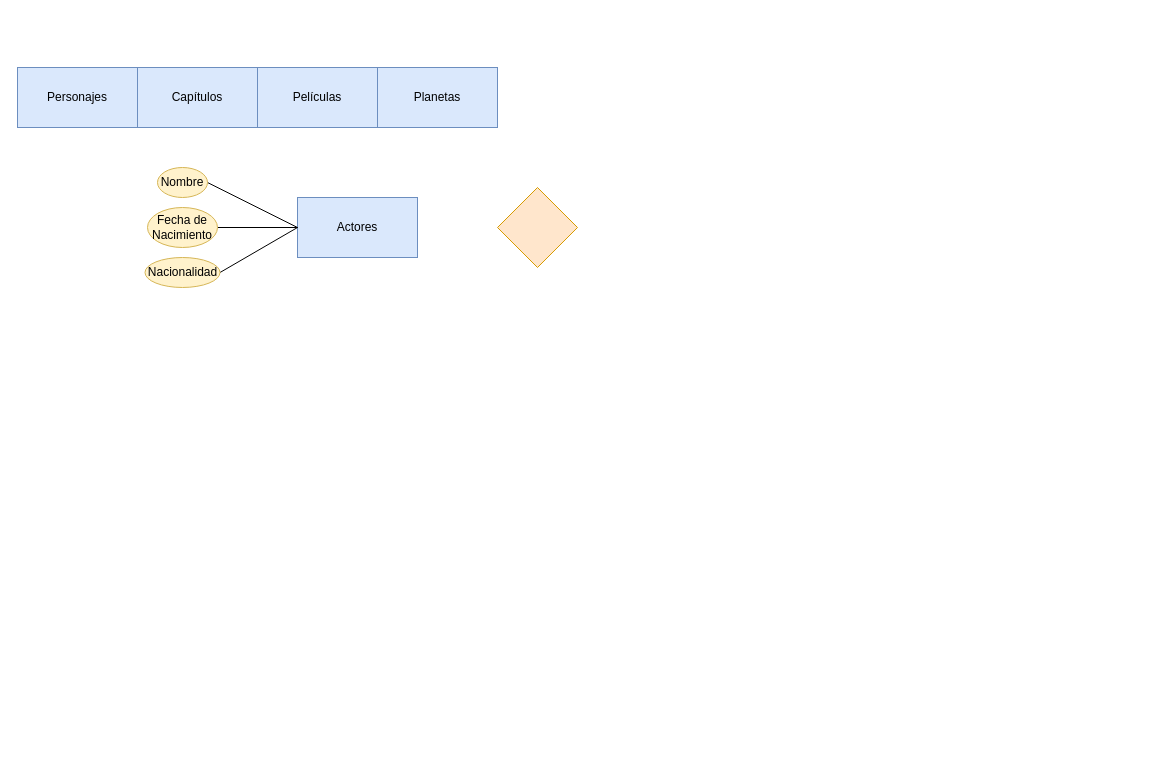
Above: tareas 1/star trek tarea Ud2 Entregalbe 3.drawio in GermanOjeda/base-datos (draw.io), before the change. Source tidied: cells renumbered, new cells numbered last; positions are measured from the earlier drawing's top-left corner, leaving out a move shared by most shapes. Both pictures are drawn from the tidied source at 100%, with x=0, y=0 at pixel (17, 67).
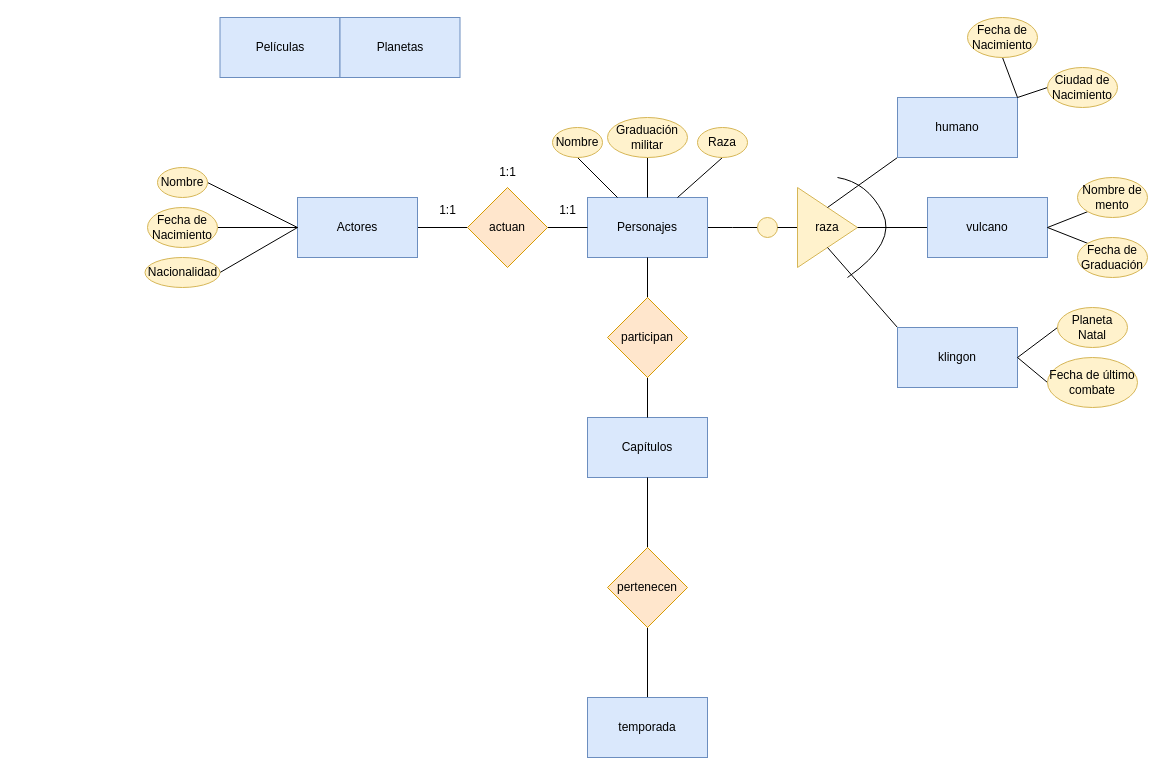
The same diagram, later.

Unchanged cells that the change refers to:
```xml
<mxCell id="2" value="Actores" style="rounded=0;whiteSpace=wrap;html=1;fillColor=#dae8fc;strokeColor=#6c8ebf;" parent="1" vertex="1">
  <mxGeometry x="280" y="130" width="120" height="60" as="geometry" />
</mxCell>
```

What changed in the source:
```diff
@@
+    <mxCell id="14" style="rounded=0;jettySize=auto;html=1;exitX=1;exitY=0.5;exitDx=0;exitDy=0;entryX=0;entryY=0.5;entryDx=0;entryDy=0;endArrow=none;endFill=0;" parent="1" edge="1" source="2" target="13">
+      <mxGeometry relative="1" as="geometry" />
+    </mxCell>
@@
+    <mxCell id="15" style="edgeStyle=orthogonalEdgeStyle;rounded=0;jettySize=auto;html=1;exitX=1;exitY=0.5;exitDx=0;exitDy=0;endArrow=none;endFill=0;" parent="1" edge="1" source="3">
+      <mxGeometry relative="1" as="geometry">
+        <mxPoint x="740" y="160" as="targetPoint" />
+      </mxGeometry>
+    </mxCell>
     <mxCell id="3" value="Personajes" style="rounded=0;whiteSpace=wrap;html=1;fillColor=#dae8fc;strokeColor=#6c8ebf;" parent="1" vertex="1">
-      <mxGeometry width="120" height="60" as="geometry" />
+      <mxGeometry x="570" y="130" width="120" height="60" as="geometry" />
     </mxCell>
     <mxCell id="4" value="Capítulos" style="rounded=0;whiteSpace=wrap;html=1;fillColor=#dae8fc;strokeColor=#6c8ebf;" parent="1" vertex="1">
-      <mxGeometry x="120" width="120" height="60" as="geometry" />
+      <mxGeometry x="570" y="350" width="120" height="60" as="geometry" />
     </mxCell>
     <mxCell id="5" value="Películas" style="rounded=0;whiteSpace=wrap;html=1;fillColor=#dae8fc;strokeColor=#6c8ebf;" parent="1" vertex="1">
-      <mxGeometry x="240" width="120" height="60" as="geometry" />
+      <mxGeometry x="202.5" y="-50" width="120" height="60" as="geometry" />
     </mxCell>
     <mxCell id="6" value="Planetas" style="rounded=0;whiteSpace=wrap;html=1;fillColor=#dae8fc;strokeColor=#6c8ebf;" parent="1" vertex="1">
-      <mxGeometry x="360" width="120" height="60" as="geometry" />
+      <mxGeometry x="322.5" y="-50" width="120" height="60" as="geometry" />
     </mxCell>
@@
+    <mxCell id="16" style="edgeStyle=orthogonalEdgeStyle;rounded=0;jettySize=auto;html=1;entryX=0;entryY=0.5;entryDx=0;entryDy=0;endArrow=none;endFill=0;" parent="1" edge="1" source="13" target="3">
+      <mxGeometry relative="1" as="geometry" />
+    </mxCell>
-    <mxCell id="13" style="rhombus;whiteSpace=wrap;html=1;fillColor=#ffe6cc;strokeColor=#d79b00;" parent="1" vertex="1">
-      <mxGeometry x="480" y="120" width="80" height="80" as="geometry" />
+    <mxCell id="13" value="actuan" style="rhombus;whiteSpace=wrap;html=1;fillColor=#ffe6cc;strokeColor=#d79b00;" parent="1" vertex="1">
+      <mxGeometry x="450" y="120" width="80" height="80" as="geometry" />
     </mxCell>
+    <mxCell id="17" value="1:1" style="text;html=1;align=center;verticalAlign=middle;strokeColor=none;fillColor=none;" parent="1" vertex="1">
+      <mxGeometry x="410" y="128" width="40" height="30" as="geometry" />
+    </mxCell>
+    <mxCell id="18" value="1:1" style="text;html=1;align=center;verticalAlign=middle;strokeColor=none;fillColor=none;" parent="1" vertex="1">
+      <mxGeometry x="530" y="128" width="40" height="30" as="geometry" />
+    </mxCell>
+    <mxCell id="19" value="1:1" style="text;html=1;align=center;verticalAlign=middle;strokeColor=none;fillColor=none;" parent="1" vertex="1">
+      <mxGeometry x="470" y="90" width="40" height="30" as="geometry" />
+    </mxCell>
+    <mxCell id="20" style="rounded=0;jettySize=auto;html=1;exitX=0.5;exitY=1;exitDx=0;exitDy=0;endArrow=none;endFill=0;" parent="1" edge="1" source="21" target="3">
+      <mxGeometry relative="1" as="geometry" />
+    </mxCell>
+    <mxCell id="21" value="Nombre" style="ellipse;whiteSpace=wrap;html=1;fillColor=#fff2cc;strokeColor=#d6b656;" parent="1" vertex="1">
+      <mxGeometry x="535" y="60" width="50" height="30" as="geometry" />
+    </mxCell>
+    <mxCell id="22" style="rounded=0;jettySize=auto;html=1;exitX=0.5;exitY=1;exitDx=0;exitDy=0;entryX=0.5;entryY=0;entryDx=0;entryDy=0;endArrow=none;endFill=0;" parent="1" edge="1" source="23" target="3">
+      <mxGeometry relative="1" as="geometry" />
+    </mxCell>
+    <mxCell id="23" value="Graduación militar" style="ellipse;whiteSpace=wrap;html=1;fillColor=#fff2cc;strokeColor=#d6b656;" parent="1" vertex="1">
+      <mxGeometry x="590" y="50" width="80" height="40" as="geometry" />
+    </mxCell>
+    <mxCell id="24" style="rounded=0;jettySize=auto;html=1;exitX=0.5;exitY=1;exitDx=0;exitDy=0;entryX=0.75;entryY=0;entryDx=0;entryDy=0;endArrow=none;endFill=0;" parent="1" edge="1" source="25" target="3">
+      <mxGeometry relative="1" as="geometry" />
+    </mxCell>
+    <mxCell id="25" value="Raza" style="ellipse;whiteSpace=wrap;html=1;fillColor=#fff2cc;strokeColor=#d6b656;" parent="1" vertex="1">
+      <mxGeometry x="680" y="60" width="50" height="30" as="geometry" />
+    </mxCell>
+    <mxCell id="26" style="ellipse;whiteSpace=wrap;html=1;fillColor=#fff2cc;strokeColor=#d6b656;" parent="1" vertex="1">
+      <mxGeometry x="740" y="150" width="20" height="20" as="geometry" />
+    </mxCell>
+    <mxCell id="27" style="edgeStyle=orthogonalEdgeStyle;rounded=0;jettySize=auto;html=1;exitX=0;exitY=0.5;exitDx=0;exitDy=0;entryX=1;entryY=0.5;entryDx=0;entryDy=0;endArrow=none;endFill=0;" parent="1" edge="1" source="28" target="26">
+      <mxGeometry relative="1" as="geometry" />
+    </mxCell>
+    <mxCell id="28" value="raza" style="triangle;whiteSpace=wrap;html=1;fillColor=#fff2cc;strokeColor=#d6b656;" parent="1" vertex="1">
+      <mxGeometry x="780" y="120" width="60" height="80" as="geometry" />
+    </mxCell>
+    <mxCell id="29" style="curved=1;endArrow=none;html=1;rounded=0;endFill=0;" parent="1" edge="1">
+      <mxGeometry relative="1" as="geometry">
+        <mxPoint x="830" y="210" as="sourcePoint" />
+        <mxPoint x="820" y="110" as="targetPoint" />
+        <Array as="points">
+          <mxPoint x="880" y="175" />
+          <mxPoint x="850" y="115" />
+        </Array>
+      </mxGeometry>
+    </mxCell>
+    <mxCell id="30" style="rounded=0;jettySize=auto;html=1;exitX=0;exitY=1;exitDx=0;exitDy=0;entryX=0.5;entryY=0;entryDx=0;entryDy=0;endArrow=none;endFill=0;" parent="1" edge="1" source="31" target="28">
+      <mxGeometry relative="1" as="geometry" />
+    </mxCell>
+    <mxCell id="31" value="humano" style="rounded=0;whiteSpace=wrap;html=1;fillColor=#dae8fc;strokeColor=#6c8ebf;" parent="1" vertex="1">
+      <mxGeometry x="880" y="30" width="120" height="60" as="geometry" />
+    </mxCell>
+    <mxCell id="32" style="rounded=0;jettySize=auto;html=1;exitX=0;exitY=0.5;exitDx=0;exitDy=0;entryX=1;entryY=0.5;entryDx=0;entryDy=0;endArrow=none;endFill=0;" parent="1" edge="1" source="33" target="28">
+      <mxGeometry relative="1" as="geometry" />
+    </mxCell>
+    <mxCell id="33" value="vulcano" style="rounded=0;whiteSpace=wrap;html=1;fillColor=#dae8fc;strokeColor=#6c8ebf;" parent="1" vertex="1">
+      <mxGeometry x="910" y="130" width="120" height="60" as="geometry" />
+    </mxCell>
+    <mxCell id="34" style="rounded=0;jettySize=auto;html=1;exitX=0;exitY=0;exitDx=0;exitDy=0;entryX=0.5;entryY=1;entryDx=0;entryDy=0;endArrow=none;endFill=0;" parent="1" edge="1" source="35" target="28">
+      <mxGeometry relative="1" as="geometry" />
+    </mxCell>
+    <mxCell id="35" value="klingon" style="rounded=0;whiteSpace=wrap;html=1;fillColor=#dae8fc;strokeColor=#6c8ebf;" parent="1" vertex="1">
+      <mxGeometry x="880" y="260" width="120" height="60" as="geometry" />
+    </mxCell>
+    <mxCell id="36" style="rounded=0;jettySize=auto;html=1;exitX=0.5;exitY=1;exitDx=0;exitDy=0;entryX=1;entryY=0;entryDx=0;entryDy=0;endArrow=none;endFill=0;" parent="1" edge="1" source="37" target="31">
+      <mxGeometry relative="1" as="geometry" />
+    </mxCell>
+    <mxCell id="37" value="Fecha de Nacimiento" style="ellipse;whiteSpace=wrap;html=1;fillColor=#fff2cc;strokeColor=#d6b656;" parent="1" vertex="1">
+      <mxGeometry x="950" y="-50" width="70" height="40" as="geometry" />
+    </mxCell>
+    <mxCell id="38" style="rounded=0;jettySize=auto;html=1;exitX=0;exitY=0.5;exitDx=0;exitDy=0;endArrow=none;endFill=0;" parent="1" edge="1" source="39">
+      <mxGeometry relative="1" as="geometry">
+        <mxPoint x="1000" y="30" as="targetPoint" />
+      </mxGeometry>
+    </mxCell>
+    <mxCell id="39" value="Ciudad de Nacimiento" style="ellipse;whiteSpace=wrap;html=1;fillColor=#fff2cc;strokeColor=#d6b656;" parent="1" vertex="1">
+      <mxGeometry x="1030" width="70" height="40" as="geometry" />
+    </mxCell>
+    <mxCell id="40" style="rounded=0;jettySize=auto;html=1;exitX=0;exitY=1;exitDx=0;exitDy=0;entryX=1;entryY=0.5;entryDx=0;entryDy=0;endArrow=none;endFill=0;" parent="1" edge="1" source="41" target="33">
+      <mxGeometry relative="1" as="geometry" />
+    </mxCell>
+    <mxCell id="41" value="Nombre de mento" style="ellipse;whiteSpace=wrap;html=1;fillColor=#fff2cc;strokeColor=#d6b656;" parent="1" vertex="1">
+      <mxGeometry x="1060" y="110" width="70" height="40" as="geometry" />
+    </mxCell>
+    <mxCell id="42" style="rounded=0;jettySize=auto;html=1;exitX=0;exitY=0;exitDx=0;exitDy=0;entryX=1;entryY=0.5;entryDx=0;entryDy=0;endArrow=none;endFill=0;" parent="1" edge="1" source="43" target="33">
+      <mxGeometry relative="1" as="geometry" />
+    </mxCell>
+    <mxCell id="43" value="Fecha de Graduación" style="ellipse;whiteSpace=wrap;html=1;fillColor=#fff2cc;strokeColor=#d6b656;" parent="1" vertex="1">
+      <mxGeometry x="1060" y="170" width="70" height="40" as="geometry" />
+    </mxCell>
+    <mxCell id="44" style="rounded=0;jettySize=auto;html=1;exitX=0;exitY=0.5;exitDx=0;exitDy=0;entryX=1;entryY=0.5;entryDx=0;entryDy=0;endArrow=none;endFill=0;" parent="1" edge="1" source="45" target="35">
+      <mxGeometry relative="1" as="geometry" />
+    </mxCell>
+    <mxCell id="45" value="Planeta Natal" style="ellipse;whiteSpace=wrap;html=1;fillColor=#fff2cc;strokeColor=#d6b656;" parent="1" vertex="1">
+      <mxGeometry x="1040" y="240" width="70" height="40" as="geometry" />
+    </mxCell>
+    <mxCell id="46" style="rounded=0;jettySize=auto;html=1;exitX=0;exitY=0.5;exitDx=0;exitDy=0;endArrow=none;endFill=0;" parent="1" edge="1" source="47">
+      <mxGeometry relative="1" as="geometry">
+        <mxPoint x="1000" y="290" as="targetPoint" />
+      </mxGeometry>
+    </mxCell>
+    <mxCell id="47" value="Fecha de último combate" style="ellipse;whiteSpace=wrap;html=1;fillColor=#fff2cc;strokeColor=#d6b656;" parent="1" vertex="1">
+      <mxGeometry x="1030" y="290" width="90" height="50" as="geometry" />
+    </mxCell>
+    <mxCell id="48" style="rounded=0;jettySize=auto;html=1;exitX=0.5;exitY=0;exitDx=0;exitDy=0;entryX=0.5;entryY=1;entryDx=0;entryDy=0;endArrow=none;endFill=0;" parent="1" edge="1" source="50" target="3">
+      <mxGeometry relative="1" as="geometry" />
+    </mxCell>
+    <mxCell id="49" style="rounded=0;jettySize=auto;html=1;exitX=0.5;exitY=1;exitDx=0;exitDy=0;entryX=0.5;entryY=0;entryDx=0;entryDy=0;endArrow=none;endFill=0;" parent="1" edge="1" source="50" target="4">
+      <mxGeometry relative="1" as="geometry" />
+    </mxCell>
+    <mxCell id="50" value="participan" style="rhombus;whiteSpace=wrap;html=1;fillColor=#ffe6cc;strokeColor=#d79b00;" parent="1" vertex="1">
+      <mxGeometry x="590" y="230" width="80" height="80" as="geometry" />
+    </mxCell>
+    <mxCell id="51" style="rounded=0;jettySize=auto;html=1;exitX=0.5;exitY=0;exitDx=0;exitDy=0;entryX=0.5;entryY=1;entryDx=0;entryDy=0;endArrow=none;endFill=0;" parent="1" edge="1" source="52" target="54">
+      <mxGeometry relative="1" as="geometry" />
+    </mxCell>
+    <mxCell id="52" value="temporada" style="rounded=0;whiteSpace=wrap;html=1;fillColor=#dae8fc;strokeColor=#6c8ebf;" parent="1" vertex="1">
+      <mxGeometry x="570" y="630" width="120" height="60" as="geometry" />
+    </mxCell>
+    <mxCell id="53" style="rounded=0;jettySize=auto;html=1;exitX=0.5;exitY=0;exitDx=0;exitDy=0;entryX=0.5;entryY=1;entryDx=0;entryDy=0;endArrow=none;endFill=0;elbow=vertical;" parent="1" edge="1" source="54" target="4">
+      <mxGeometry relative="1" as="geometry" />
+    </mxCell>
+    <mxCell id="54" value="pertenecen" style="rhombus;whiteSpace=wrap;html=1;fillColor=#ffe6cc;strokeColor=#d79b00;" parent="1" vertex="1">
+      <mxGeometry x="590" y="480" width="80" height="80" as="geometry" />
+    </mxCell>
```
